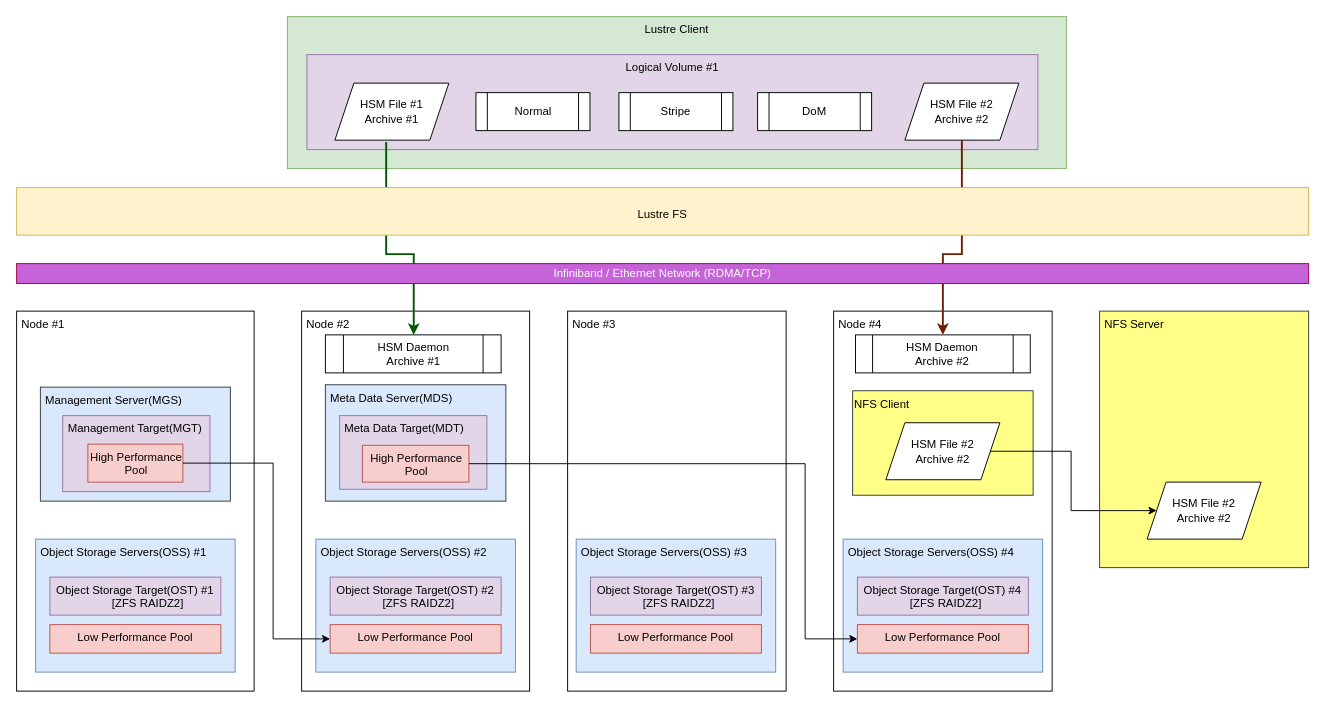
This is page "Lustre-mody" (3 of 4) of Lustre FS.drawio from weed700/Lustre_study, a draw.io file, before an edit. Source tidied: cells renumbered, new cells numbered last; positions are measured from the earlier drawing's top-left corner, leaving out a move shared by most shapes. Both pictures are drawn from the tidied source at 95%, with x=0, y=0 at pixel (16, 16).
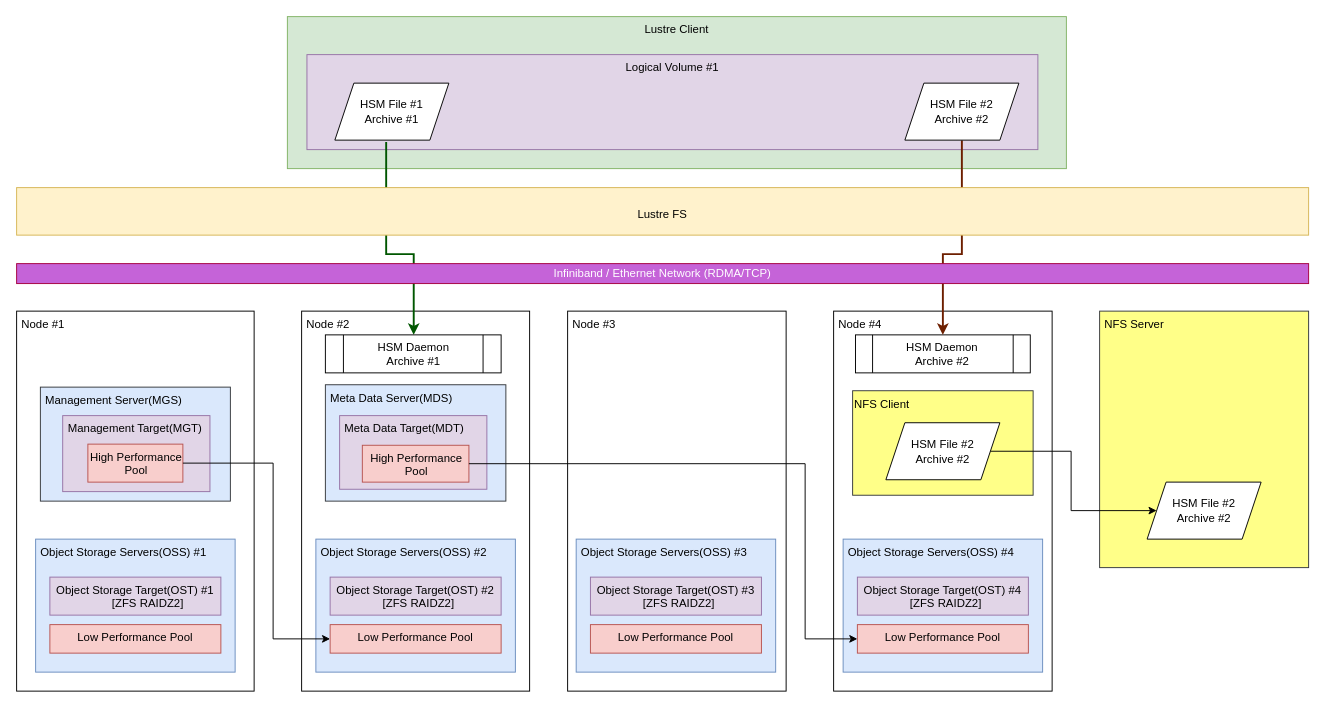
The same diagram, later.

Change to the diagram source:
```diff
@@
-    <mxCell id="18" value="Normal" style="shape=process;whiteSpace=wrap;html=1;backgroundOutline=1;fontSize=12;" parent="1" vertex="1">
-      <mxGeometry x="483.5" y="80" width="120" height="40" as="geometry" />
-    </mxCell>
-    <mxCell id="19" value="Stripe" style="shape=process;whiteSpace=wrap;html=1;backgroundOutline=1;fontSize=12;" parent="1" vertex="1">
-      <mxGeometry x="634" y="80" width="120" height="40" as="geometry" />
-    </mxCell>
-    <mxCell id="20" value="DoM" style="shape=process;whiteSpace=wrap;html=1;backgroundOutline=1;fontSize=12;" parent="1" vertex="1">
-      <mxGeometry x="780" y="80" width="120" height="40" as="geometry" />
-    </mxCell>
```
